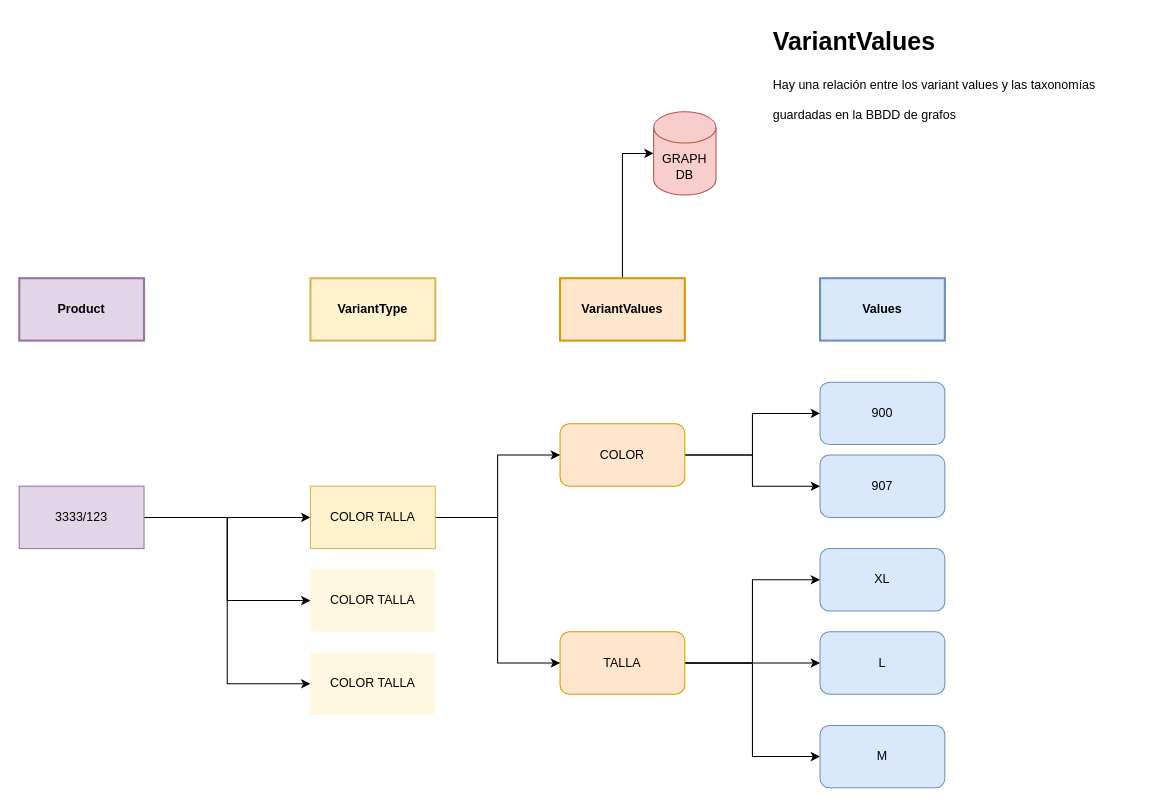
The draw.io diagram doc/drawio/esquama.drawio in roicastrocasal/variants-test, before the edit. Source tidied: cells renumbered, new cells numbered last; positions are measured from the earlier drawing's top-left corner, leaving out a move shared by most shapes. Both pictures are drawn from the tidied source at 104%, with x=0, y=0 at pixel (19, 28).
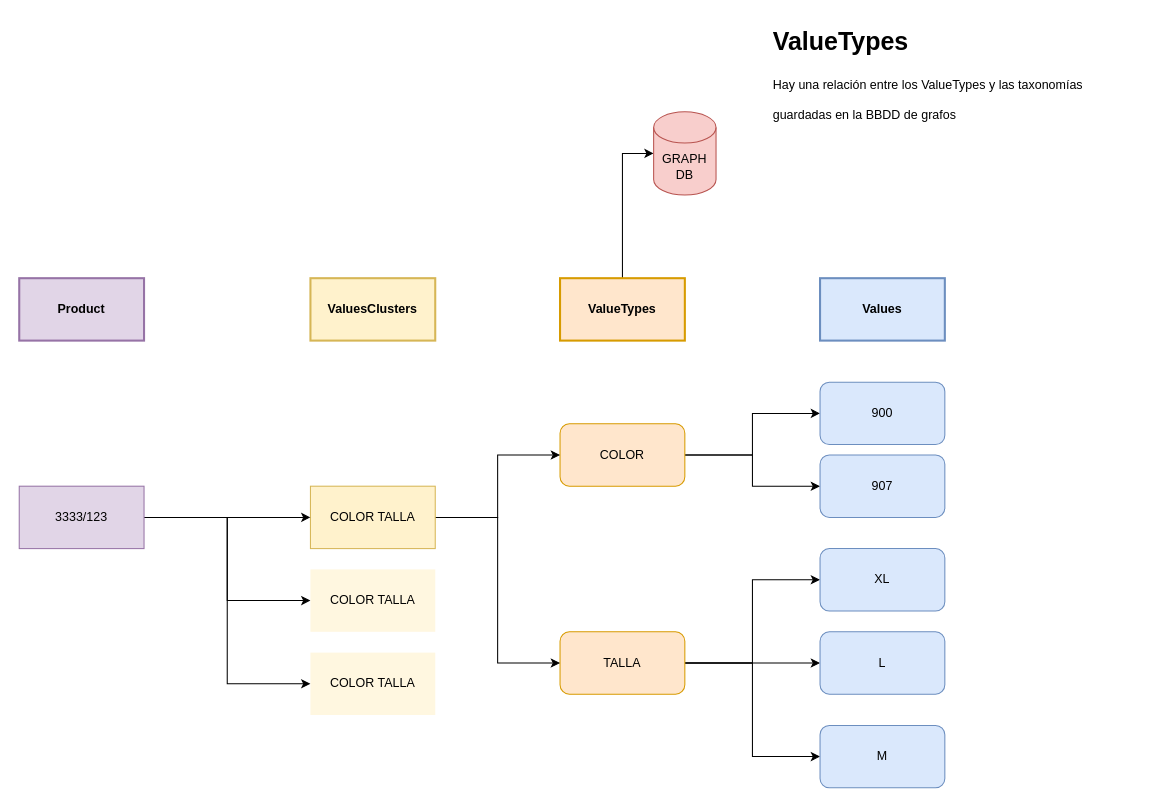
The same page after the edit.

Commit message (it also covers changes not shown here):
values clusters proposal

What changed in the source:
```diff
@@
-    <mxCell id="3" value="VariantValues" style="rounded=0;whiteSpace=wrap;html=1;fillColor=#ffe6cc;strokeColor=#d79b00;fontStyle=1;strokeWidth=2;" parent="1" vertex="1">
+    <mxCell id="3" value="ValueTypes" style="rounded=0;whiteSpace=wrap;html=1;fillColor=#ffe6cc;strokeColor=#d79b00;fontStyle=1;strokeWidth=2;" parent="1" vertex="1">
       <mxGeometry x="520" y="240" width="120" height="60" as="geometry" />
     </mxCell>
@@
-    <mxCell id="17" value="VariantType" style="rounded=0;whiteSpace=wrap;html=1;fillColor=#fff2cc;strokeColor=#d6b656;fontStyle=1;strokeWidth=2;" parent="1" vertex="1">
+    <mxCell id="17" value="ValuesClusters" style="rounded=0;whiteSpace=wrap;html=1;fillColor=#fff2cc;strokeColor=#d6b656;fontStyle=1;strokeWidth=2;" parent="1" vertex="1">
       <mxGeometry x="280" y="240" width="120" height="60" as="geometry" />
     </mxCell>
@@
-    <mxCell id="21" value="&lt;h1 style=&quot;line-height: 60%;&quot;&gt;&lt;span style=&quot;background-color: initial;&quot;&gt;&lt;font style=&quot;font-size: 24px;&quot;&gt;VariantValues&lt;/font&gt;&lt;/span&gt;&lt;/h1&gt;&lt;h1&gt;&lt;span style=&quot;background-color: initial; font-size: 12px; font-weight: normal;&quot;&gt;Hay una relación entre los variant values y las taxonomías guardadas en la BBDD de grafos&lt;/span&gt;&lt;br&gt;&lt;/h1&gt;" style="text;html=1;strokeColor=none;fillColor=none;spacing=5;spacingTop=-20;whiteSpace=wrap;overflow=hidden;rounded=0;" parent="1" vertex="1">
+    <mxCell id="21" value="&lt;h1 style=&quot;line-height: 60%&quot;&gt;&lt;span&gt;&lt;font style=&quot;font-size: 24px&quot;&gt;ValueTypes&lt;/font&gt;&lt;/span&gt;&lt;/h1&gt;&lt;h1&gt;&lt;span style=&quot;font-size: 12px ; font-weight: normal&quot;&gt;Hay una relación entre los ValueTypes y las taxonomías guardadas en la BBDD de grafos&lt;/span&gt;&lt;br&gt;&lt;/h1&gt;" style="text;html=1;strokeColor=none;fillColor=none;spacing=5;spacingTop=-20;whiteSpace=wrap;overflow=hidden;rounded=0;" parent="1" vertex="1">
       <mxGeometry x="720" width="350" height="120" as="geometry" />
     </mxCell>
```
